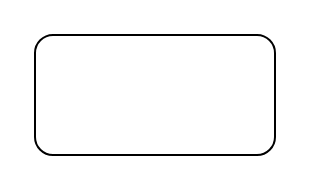
gaochaowyq/MinderGraph keeps this draw.io diagram as 房山大石窝镇.drawio. Above is the earlier version. Source tidied: cells renumbered, new cells numbered last; positions are measured from the earlier drawing's top-left corner, leaving out a move shared by most shapes. Both pictures are drawn from the tidied source at 200%, with x=0, y=0 at pixel (34, 34).
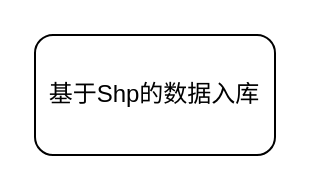
After the change.

Commit message (it also covers changes not shown here):
更新房山大石窝镇.drawio

The edit, as a diff of the source:
```diff
@@
 <mxGraphModel>
   <root>
     <mxCell id="0" />
     <mxCell id="1" parent="0" />
-    <mxCell id="2" style="rounded=1;whiteSpace=wrap;html=1;" parent="1" vertex="1">
+    <mxCell id="2" value="基于Shp的数据入库" style="rounded=1;whiteSpace=wrap;html=1;" parent="1" vertex="1">
       <mxGeometry width="120" height="60" as="geometry" />
     </mxCell>
   </root>
 </mxGraphModel>
```
